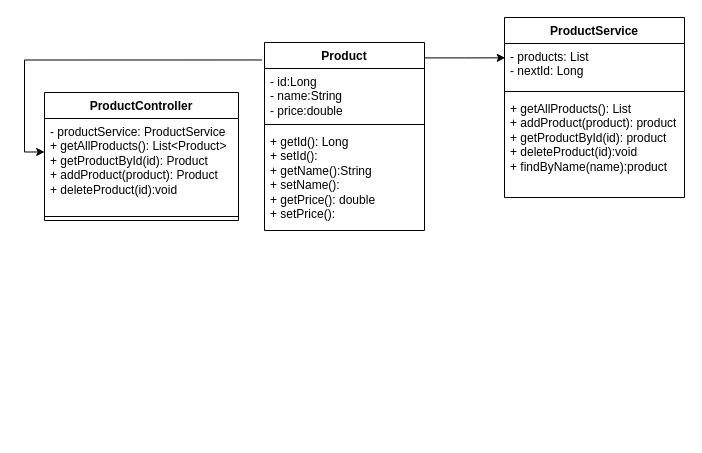
Before: docs/uml/Product.drawio in SKA1117/products-api, a draw.io diagram. Source tidied: cells renumbered, new cells numbered last; positions are measured from the earlier drawing's top-left corner, leaving out a move shared by most shapes. Both pictures are drawn from the tidied source at 100%, with x=0, y=0 at pixel (44, 17).
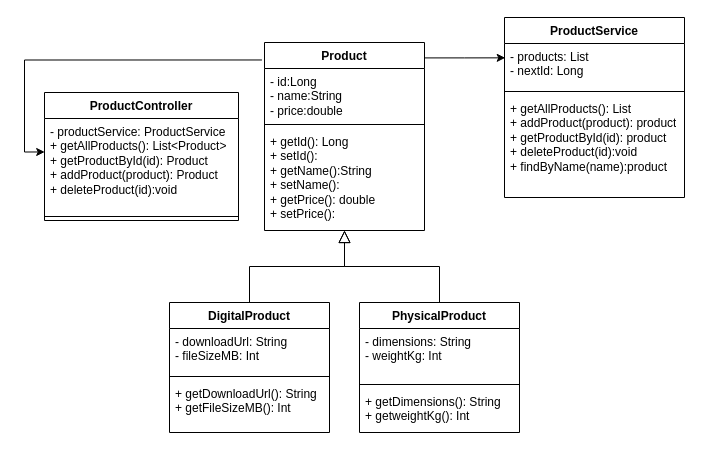
Above is the later version.

Commit message (it also covers changes not shown here):
Tutorial 4: inheritance hierarchy - DigitalProduct and PhysicalProduct

The change refers to these unchanged cells:
```xml
<mxCell id="2" value="Product" style="swimlane;fontStyle=1;align=center;verticalAlign=top;horizontal=1;startSize=26;whiteSpace=wrap;html=1;" parent="1" vertex="1">
  <mxGeometry x="220" y="25" width="160" height="188" as="geometry" />
</mxCell>
```

Change to the diagram source:
```diff
@@
+    <mxCell id="15" style="edgeStyle=orthogonalEdgeStyle;rounded=0;jettySize=auto;html=1;entryX=0.5;entryY=1;entryDx=0;entryDy=0;defaultLabelBackgroundColor=page;endArrow=block;endFill=0;endSize=10;" parent="1" edge="1" source="16" target="2">
+      <mxGeometry x="0.01" relative="1" as="geometry" />
+    </mxCell>
+    <mxCell id="16" value="DigitalProduct" style="swimlane;fontStyle=1;align=center;verticalAlign=top;horizontal=1;startSize=26;whiteSpace=wrap;html=1;" parent="1" vertex="1">
+      <mxGeometry x="125" y="285" width="160" height="130" as="geometry" />
+    </mxCell>
+    <mxCell id="17" value="- downloadUrl: String&lt;div&gt;- fileSizeMB: Int&lt;/div&gt;" style="text;strokeColor=none;fillColor=none;align=left;verticalAlign=top;spacingLeft=4;spacingRight=4;overflow=hidden;whiteSpace=wrap;html=1;" parent="16" vertex="1">
+      <mxGeometry y="26" width="160" height="44" as="geometry" />
+    </mxCell>
+    <mxCell id="18" style="line;strokeWidth=1;fillColor=none;align=left;verticalAlign=middle;spacingTop=-1;spacingLeft=3;spacingRight=3;labelPosition=right;strokeColor=inherit;" parent="16" vertex="1">
+      <mxGeometry y="70" width="160" height="8" as="geometry" />
+    </mxCell>
+    <mxCell id="19" value="+ getDownloadUrl(): String&lt;div&gt;+ getFileSizeMB(): Int&lt;/div&gt;" style="text;strokeColor=none;fillColor=none;align=left;verticalAlign=top;spacingLeft=4;spacingRight=4;overflow=hidden;whiteSpace=wrap;html=1;" parent="16" vertex="1">
+      <mxGeometry y="78" width="160" height="52" as="geometry" />
+    </mxCell>
+    <mxCell id="20" style="edgeStyle=orthogonalEdgeStyle;rounded=0;jettySize=auto;html=1;entryX=0.5;entryY=1;entryDx=0;entryDy=0;defaultLabelBackgroundColor=page;endArrow=block;endFill=0;endSize=10;" parent="1" edge="1" source="21" target="2">
+      <mxGeometry x="0.01" relative="1" as="geometry" />
+    </mxCell>
+    <mxCell id="21" value="PhysicalProduct" style="swimlane;fontStyle=1;align=center;verticalAlign=top;horizontal=1;startSize=26;whiteSpace=wrap;html=1;" parent="1" vertex="1">
+      <mxGeometry x="315" y="285" width="160" height="130" as="geometry" />
+    </mxCell>
+    <mxCell id="22" value="- dimensions: String&lt;div&gt;- weightKg: Int&lt;/div&gt;" style="text;strokeColor=none;fillColor=none;align=left;verticalAlign=top;spacingLeft=4;spacingRight=4;overflow=hidden;whiteSpace=wrap;html=1;" parent="21" vertex="1">
+      <mxGeometry y="26" width="160" height="52" as="geometry" />
+    </mxCell>
+    <mxCell id="23" style="line;strokeWidth=1;fillColor=none;align=left;verticalAlign=middle;spacingTop=-1;spacingLeft=3;spacingRight=3;labelPosition=right;strokeColor=inherit;" parent="21" vertex="1">
+      <mxGeometry y="78" width="160" height="8" as="geometry" />
+    </mxCell>
+    <mxCell id="24" value="+ getDimensions(): String&lt;div&gt;+ getweightKg(): Int&lt;/div&gt;" style="text;strokeColor=none;fillColor=none;align=left;verticalAlign=top;spacingLeft=4;spacingRight=4;overflow=hidden;whiteSpace=wrap;html=1;" parent="21" vertex="1">
+      <mxGeometry y="86" width="160" height="44" as="geometry" />
+    </mxCell>
```
